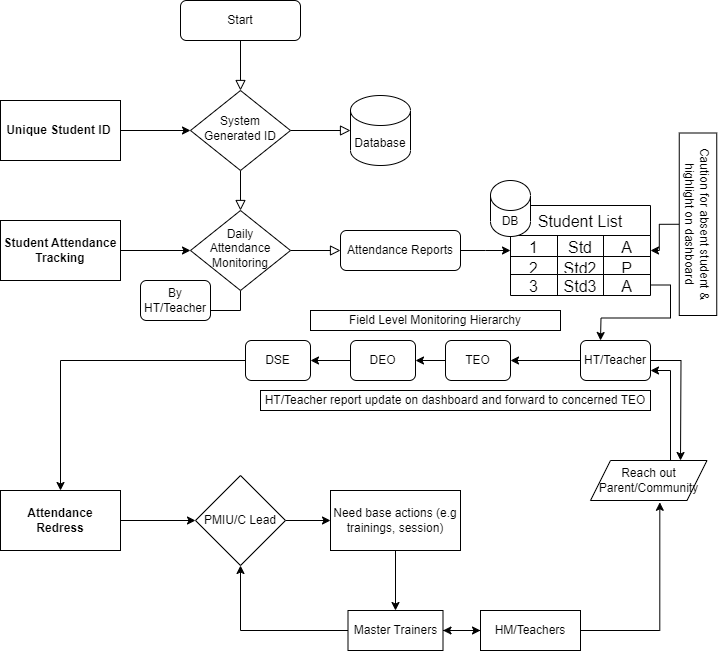
Before: abc.drawio.png, a diagram exported from draw.io (imran-solangin/php-learning). Source tidied: cells renumbered, new cells last; positions are measured from the earlier drawing's top-left corner, leaving out a move shared by most shapes.
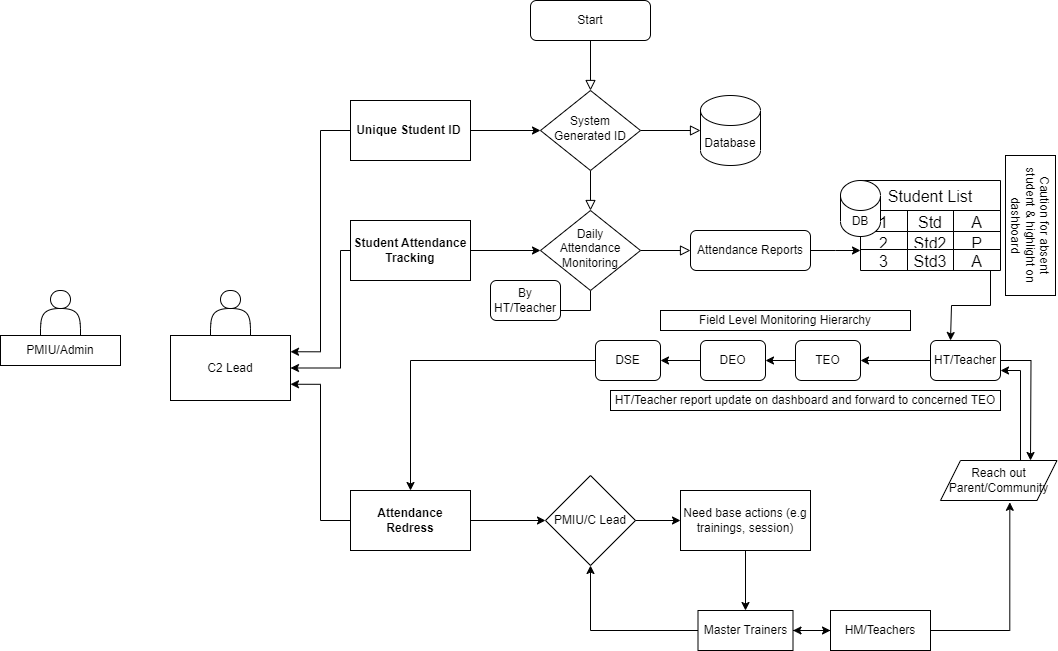
Later version of the same file.

Change to the diagram source:
```diff
@@ -37,12 +37,23 @@
     <mxCell id="12" style="edgeStyle=orthogonalEdgeStyle;rounded=0;jettySize=auto;html=1;" parent="1" edge="1" source="13" target="6">
       <mxGeometry relative="1" as="geometry" />
     </mxCell>
+    <mxCell id="62" style="edgeStyle=orthogonalEdgeStyle;rounded=0;jettySize=auto;html=1;entryX=1;entryY=0.25;entryDx=0;entryDy=0;" parent="1" edge="1" source="13" target="67">
+      <mxGeometry relative="1" as="geometry" />
+    </mxCell>
     <mxCell id="13" value="&lt;b&gt;Unique Student ID&amp;nbsp;&lt;/b&gt;" style="rounded=0;whiteSpace=wrap;html=1;" parent="1" vertex="1">
       <mxGeometry y="100" width="120" height="60" as="geometry" />
     </mxCell>
     <mxCell id="14" style="edgeStyle=orthogonalEdgeStyle;rounded=0;jettySize=auto;html=1;" parent="1" edge="1" source="15" target="9">
       <mxGeometry relative="1" as="geometry" />
     </mxCell>
+    <mxCell id="63" style="edgeStyle=orthogonalEdgeStyle;rounded=0;jettySize=auto;html=1;entryX=1;entryY=0.5;entryDx=0;entryDy=0;" parent="1" edge="1" source="15" target="67">
+      <mxGeometry relative="1" as="geometry">
+        <Array as="points">
+          <mxPoint x="-10" y="250" />
+          <mxPoint x="-10" y="368" />
+        </Array>
+      </mxGeometry>
+    </mxCell>
     <mxCell id="15" value="&lt;b&gt;Student Attendance&lt;br/&gt;Tracking&lt;/b&gt;" style="rounded=0;whiteSpace=wrap;html=1;" parent="1" vertex="1">
       <mxGeometry y="220" width="120" height="60" as="geometry" />
     </mxCell>
@@ -52,11 +63,14 @@
     <mxCell id="17" style="edgeStyle=orthogonalEdgeStyle;rounded=0;jettySize=auto;html=1;" parent="1" edge="1" source="18" target="53">
       <mxGeometry relative="1" as="geometry" />
     </mxCell>
+    <mxCell id="64" style="edgeStyle=orthogonalEdgeStyle;rounded=0;jettySize=auto;html=1;entryX=1;entryY=0.75;entryDx=0;entryDy=0;" parent="1" edge="1" source="18" target="67">
+      <mxGeometry relative="1" as="geometry" />
+    </mxCell>
     <mxCell id="18" value="&lt;b&gt;Attendance &lt;br&gt;Redress&lt;/b&gt;" style="rounded=0;whiteSpace=wrap;html=1;" parent="1" vertex="1">
       <mxGeometry y="490" width="120" height="60" as="geometry" />
     </mxCell>
     <mxCell id="19" value="Student List" style="shape=table;startSize=30;strokeColor=default;fontSize=16;" parent="1" vertex="1">
-      <mxGeometry x="510" y="205" width="140" height="90" as="geometry" />
+      <mxGeometry x="510" y="180" width="140" height="90" as="geometry" />
     </mxCell>
     <mxCell id="20" style="shape=tableRow;horizontal=0;startSize=0;swimlaneHead=0;swimlaneBody=0;strokeColor=inherit;top=0;left=0;bottom=0;right=0;fillColor=none;fontSize=16;" parent="19" vertex="1">
       <mxGeometry y="30" width="140" height="21" as="geometry" />
@@ -82,7 +96,7 @@
     <mxCell id="27" value="P" style="shape=partialRectangle;html=1;whiteSpace=wrap;strokeColor=inherit;overflow=hidden;fillColor=none;top=0;left=0;bottom=0;right=0;fontSize=16;" parent="24" vertex="1">
       <mxGeometry x="93" width="47" height="18" as="geometry" />
     </mxCell>
-    <mxCell id="28" value="Caution for absent student &amp;amp; highlight on dashboard" style="rounded=0;whiteSpace=wrap;html=1;rotation=90;" parent="24" vertex="1">
+    <mxCell id="28" style="rounded=0;whiteSpace=wrap;html=1;rotation=90;" parent="24" vertex="1">
       <mxGeometry x="140" height="18" as="geometry" />
     </mxCell>
     <mxCell id="29" style="shape=tableRow;horizontal=0;startSize=0;swimlaneHead=0;swimlaneBody=0;strokeColor=inherit;top=0;left=0;bottom=0;right=0;fillColor=none;points=[[0,0.5],[1,0.5]];portConstraint=eastwest;fontSize=16;" parent="19" vertex="1">
@@ -100,6 +114,10 @@
     <mxCell id="33" style="edgeStyle=orthogonalEdgeStyle;rounded=0;jettySize=auto;html=1;" parent="1" edge="1" source="29">
       <mxGeometry relative="1" as="geometry">
         <mxPoint x="600" y="340" as="targetPoint" />
+        <Array as="points">
+          <mxPoint x="640" y="305" />
+          <mxPoint x="601" y="305" />
+        </Array>
       </mxGeometry>
     </mxCell>
     <mxCell id="34" style="edgeStyle=orthogonalEdgeStyle;rounded=0;jettySize=auto;html=1;" parent="1" edge="1" source="36" target="38">
@@ -147,14 +165,8 @@
     <mxCell id="46" value="HT/Teacher report update on dashboard and forward to concerned TEO" style="rounded=0;whiteSpace=wrap;html=1;" parent="1" vertex="1">
       <mxGeometry x="260" y="390" width="390" height="20" as="geometry" />
     </mxCell>
-    <mxCell id="47" style="edgeStyle=orthogonalEdgeStyle;rounded=0;jettySize=auto;html=1;" parent="1" edge="1" source="49" target="28">
-      <mxGeometry relative="1" as="geometry" />
-    </mxCell>
-    <mxCell id="48" style="edgeStyle=orthogonalEdgeStyle;rounded=0;jettySize=auto;html=1;" parent="1" edge="1" source="49" target="19">
-      <mxGeometry relative="1" as="geometry" />
-    </mxCell>
     <mxCell id="49" value="Caution for absent student &amp;amp; highlight on dashboard" style="rounded=0;whiteSpace=wrap;html=1;rotation=90;" parent="1" vertex="1">
-      <mxGeometry x="606.2" y="205" width="182.5" height="37.5" as="geometry" />
+      <mxGeometry x="610" y="200" width="140" height="50" as="geometry" />
     </mxCell>
     <mxCell id="50" value="DB" style="shape=cylinder3;whiteSpace=wrap;html=1;boundedLbl=1;backgroundOutline=1;size=15;" parent="1" vertex="1">
       <mxGeometry x="490" y="180" width="40" height="56" as="geometry" />
@@ -192,5 +204,17 @@
     <mxCell id="61" value="HM/Teachers" style="whiteSpace=wrap;html=1;rounded=0;" parent="1" vertex="1">
       <mxGeometry x="480" y="610" width="100" height="40" as="geometry" />
     </mxCell>
+    <mxCell id="65" style="shape=actor;whiteSpace=wrap;html=1;" parent="1" vertex="1">
+      <mxGeometry x="-310" y="290" width="40" height="45" as="geometry" />
+    </mxCell>
+    <mxCell id="66" value="PMIU/Admin" style="rounded=0;whiteSpace=wrap;html=1;" parent="1" vertex="1">
+      <mxGeometry x="-350" y="335" width="120" height="30" as="geometry" />
+    </mxCell>
+    <mxCell id="67" value="C2 Lead" style="rounded=0;whiteSpace=wrap;html=1;" parent="1" vertex="1">
+      <mxGeometry x="-180" y="335" width="120" height="65" as="geometry" />
+    </mxCell>
+    <mxCell id="68" style="shape=actor;whiteSpace=wrap;html=1;" parent="1" vertex="1">
+      <mxGeometry x="-140" y="290" width="40" height="45" as="geometry" />
+    </mxCell>
   </root>
 </mxGraphModel>
```
